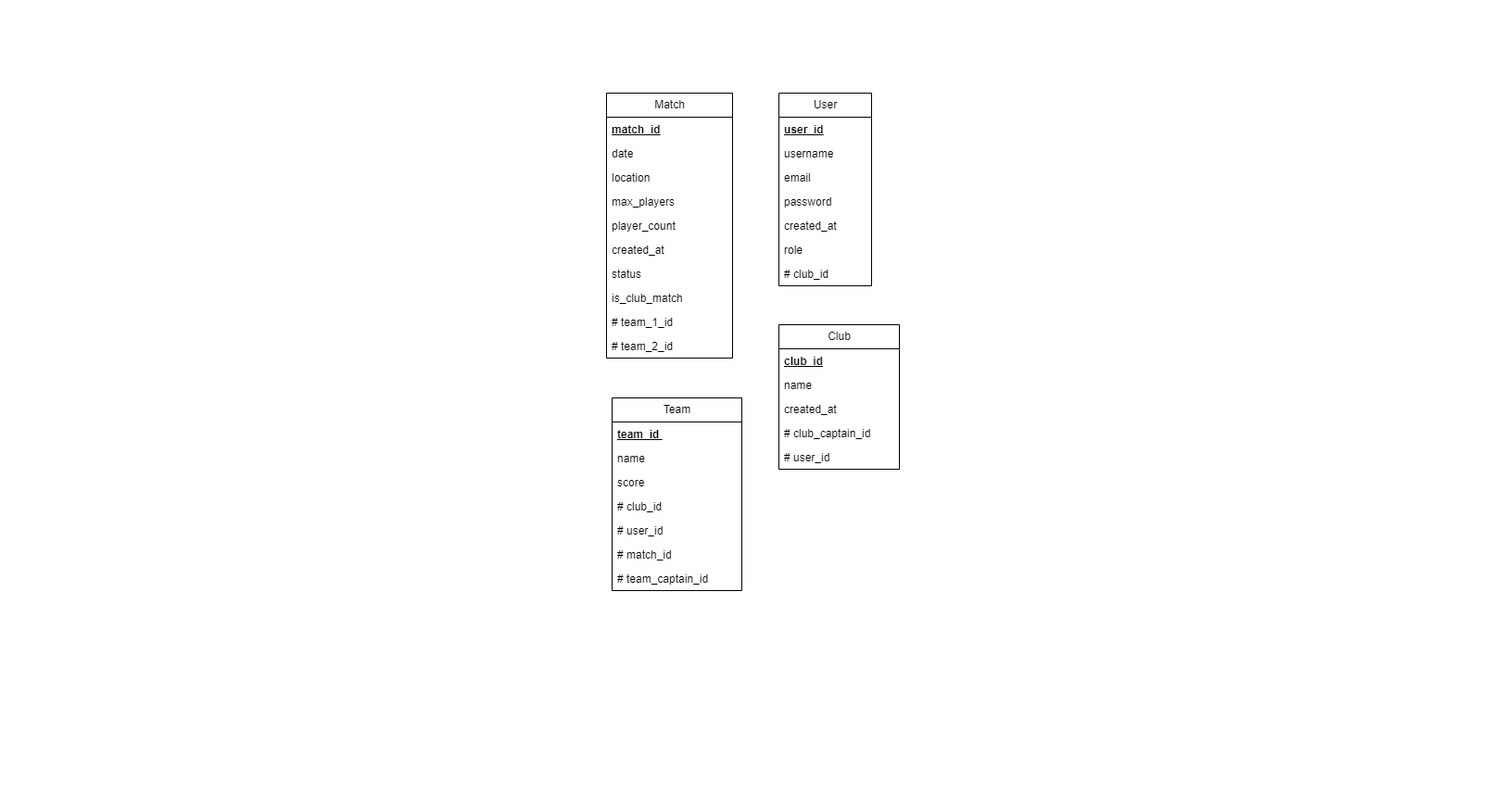
This is MLD.drawio.png from Mathistrg/Styx, a draw.io export, as it was before one commit. Source tidied: cells renumbered, new cells last; positions are measured from the earlier drawing's top-left corner, leaving out a move shared by most shapes.
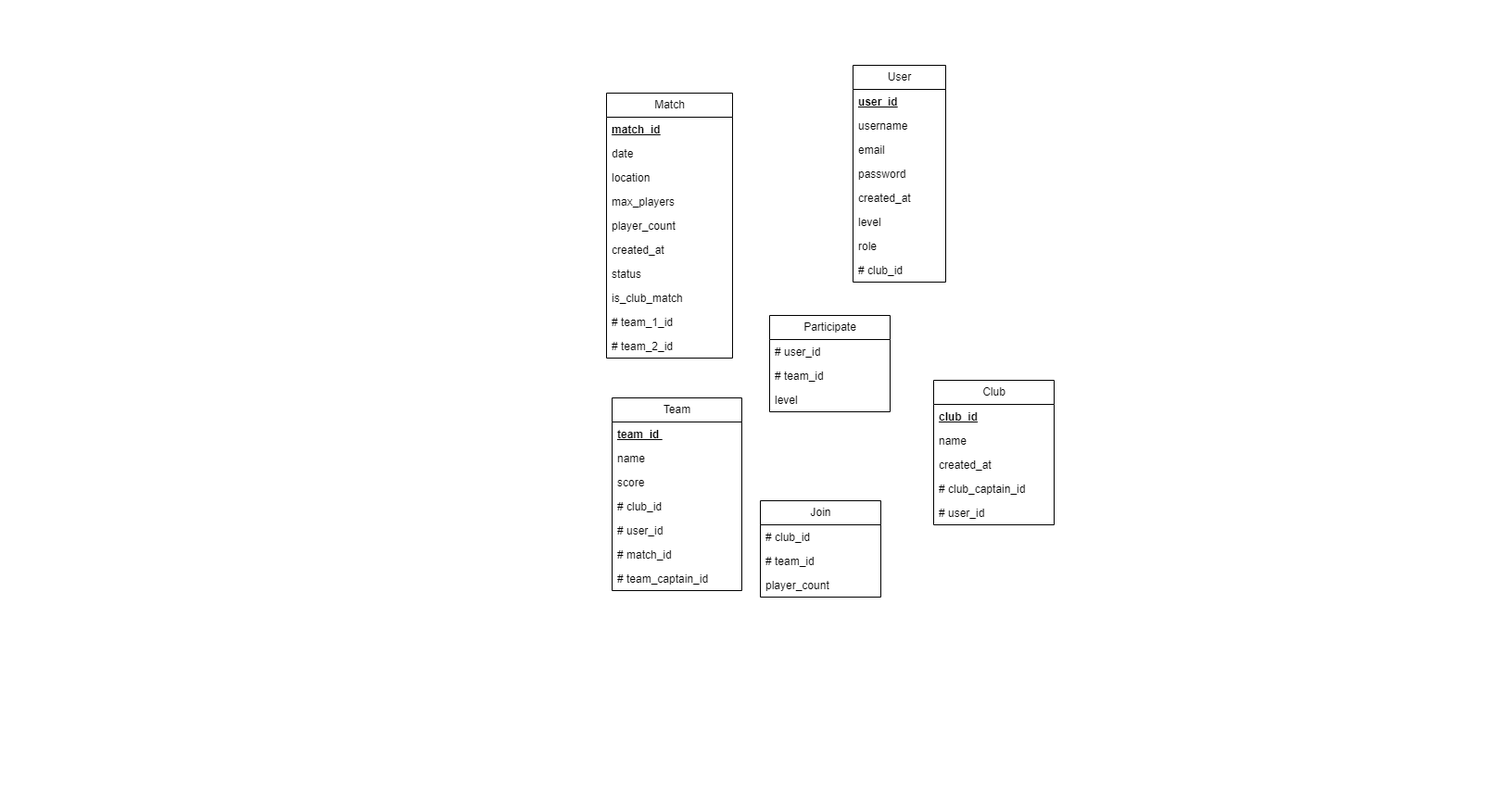
Later version of the same file.

Commit message:
Mettre à jour MLD.drawio.png

Change to the diagram source:
```diff
@@ -6,7 +6,7 @@
       <mxGeometry width="1610" height="870" as="geometry" />
     </mxCell>
     <mxCell id="3" value="User" style="swimlane;fontStyle=0;horizontal=1;startSize=26;fillColor=none;html=1;" parent="1" vertex="1">
-      <mxGeometry x="840" y="100" width="100" height="208" as="geometry" />
+      <mxGeometry x="920" y="70" width="100" height="234" as="geometry" />
     </mxCell>
     <mxCell id="4" value="&lt;b&gt;&lt;u&gt;user_id&lt;/u&gt;&lt;/b&gt;" style="text;strokeColor=none;fillColor=none;align=left;verticalAlign=top;spacingLeft=4;spacingRight=4;overflow=hidden;whiteSpace=wrap;html=1;" parent="3" vertex="1">
       <mxGeometry y="26" width="100" height="26" as="geometry" />
@@ -23,11 +23,14 @@
     <mxCell id="8" value="created_at&lt;span style=&quot;white-space: pre;&quot;&gt;&#9;&lt;/span&gt;&lt;span style=&quot;white-space: pre;&quot;&gt;&#9;&lt;/span&gt;" style="text;strokeColor=none;fillColor=none;align=left;verticalAlign=top;spacingLeft=4;spacingRight=4;overflow=hidden;whiteSpace=wrap;html=1;" parent="3" vertex="1">
       <mxGeometry y="130" width="100" height="26" as="geometry" />
     </mxCell>
+    <mxCell id="36" value="level" style="text;strokeColor=none;fillColor=none;align=left;verticalAlign=top;spacingLeft=4;spacingRight=4;overflow=hidden;whiteSpace=wrap;html=1;" parent="3" vertex="1">
+      <mxGeometry y="156" width="100" height="26" as="geometry" />
+    </mxCell>
     <mxCell id="9" value="role" style="text;strokeColor=none;fillColor=none;align=left;verticalAlign=top;spacingLeft=4;spacingRight=4;overflow=hidden;whiteSpace=wrap;html=1;" parent="3" vertex="1">
-      <mxGeometry y="156" width="100" height="26" as="geometry" />
+      <mxGeometry y="182" width="100" height="26" as="geometry" />
     </mxCell>
     <mxCell id="10" value="# club_id&amp;nbsp;" style="text;strokeColor=none;fillColor=none;align=left;verticalAlign=top;spacingLeft=4;spacingRight=4;overflow=hidden;whiteSpace=wrap;html=1;" parent="3" vertex="1">
-      <mxGeometry y="182" width="100" height="26" as="geometry" />
+      <mxGeometry y="208" width="100" height="26" as="geometry" />
     </mxCell>
     <mxCell id="11" value="Match" style="swimlane;fontStyle=0;horizontal=1;startSize=26;fillColor=none;html=1;" parent="1" vertex="1">
       <mxGeometry x="654" y="100" width="136" height="286" as="geometry" />
@@ -63,7 +66,7 @@
       <mxGeometry y="260" width="136" height="26" as="geometry" />
     </mxCell>
     <mxCell id="22" value="Club" style="swimlane;fontStyle=0;horizontal=1;startSize=26;fillColor=none;html=1;" parent="1" vertex="1">
-      <mxGeometry x="840" y="350" width="130" height="156" as="geometry" />
+      <mxGeometry x="1007" y="410" width="130" height="156" as="geometry" />
     </mxCell>
     <mxCell id="23" value="&lt;b&gt;&lt;u&gt;club_id&lt;/u&gt;&lt;/b&gt;" style="text;strokeColor=none;fillColor=none;align=left;verticalAlign=top;spacingLeft=4;spacingRight=4;overflow=hidden;whiteSpace=wrap;html=1;" parent="22" vertex="1">
       <mxGeometry y="26" width="130" height="26" as="geometry" />
@@ -104,5 +107,29 @@
     <mxCell id="35" value="# team_captain_id&amp;nbsp;" style="text;strokeColor=none;fillColor=none;align=left;verticalAlign=top;spacingLeft=4;spacingRight=4;overflow=hidden;whiteSpace=wrap;html=1;" parent="28" vertex="1">
       <mxGeometry y="182" width="140" height="26" as="geometry" />
     </mxCell>
+    <mxCell id="37" value="Join" style="swimlane;fontStyle=0;horizontal=1;startSize=26;fillColor=none;html=1;" parent="1" vertex="1">
+      <mxGeometry x="820" y="540" width="130" height="104" as="geometry" />
+    </mxCell>
+    <mxCell id="38" value="# club_id" style="text;strokeColor=none;fillColor=none;align=left;verticalAlign=top;spacingLeft=4;spacingRight=4;overflow=hidden;whiteSpace=wrap;html=1;" parent="37" vertex="1">
+      <mxGeometry y="26" width="130" height="26" as="geometry" />
+    </mxCell>
+    <mxCell id="39" value="# team_id" style="text;strokeColor=none;fillColor=none;align=left;verticalAlign=top;spacingLeft=4;spacingRight=4;overflow=hidden;whiteSpace=wrap;html=1;" parent="37" vertex="1">
+      <mxGeometry y="52" width="130" height="26" as="geometry" />
+    </mxCell>
+    <mxCell id="40" value="player_count" style="text;strokeColor=none;fillColor=none;align=left;verticalAlign=top;spacingLeft=4;spacingRight=4;overflow=hidden;whiteSpace=wrap;html=1;" parent="37" vertex="1">
+      <mxGeometry y="78" width="130" height="26" as="geometry" />
+    </mxCell>
+    <mxCell id="41" value="Participate" style="swimlane;fontStyle=0;horizontal=1;startSize=26;fillColor=none;html=1;" parent="1" vertex="1">
+      <mxGeometry x="830" y="340" width="130" height="104" as="geometry" />
+    </mxCell>
+    <mxCell id="42" value="# user_id" style="text;strokeColor=none;fillColor=none;align=left;verticalAlign=top;spacingLeft=4;spacingRight=4;overflow=hidden;whiteSpace=wrap;html=1;" parent="41" vertex="1">
+      <mxGeometry y="26" width="130" height="26" as="geometry" />
+    </mxCell>
+    <mxCell id="43" value="# team_id" style="text;strokeColor=none;fillColor=none;align=left;verticalAlign=top;spacingLeft=4;spacingRight=4;overflow=hidden;whiteSpace=wrap;html=1;" parent="41" vertex="1">
+      <mxGeometry y="52" width="130" height="26" as="geometry" />
+    </mxCell>
+    <mxCell id="44" value="level" style="text;strokeColor=none;fillColor=none;align=left;verticalAlign=top;spacingLeft=4;spacingRight=4;overflow=hidden;whiteSpace=wrap;html=1;" parent="41" vertex="1">
+      <mxGeometry y="78" width="130" height="26" as="geometry" />
+    </mxCell>
   </root>
 </mxGraphModel>
```
